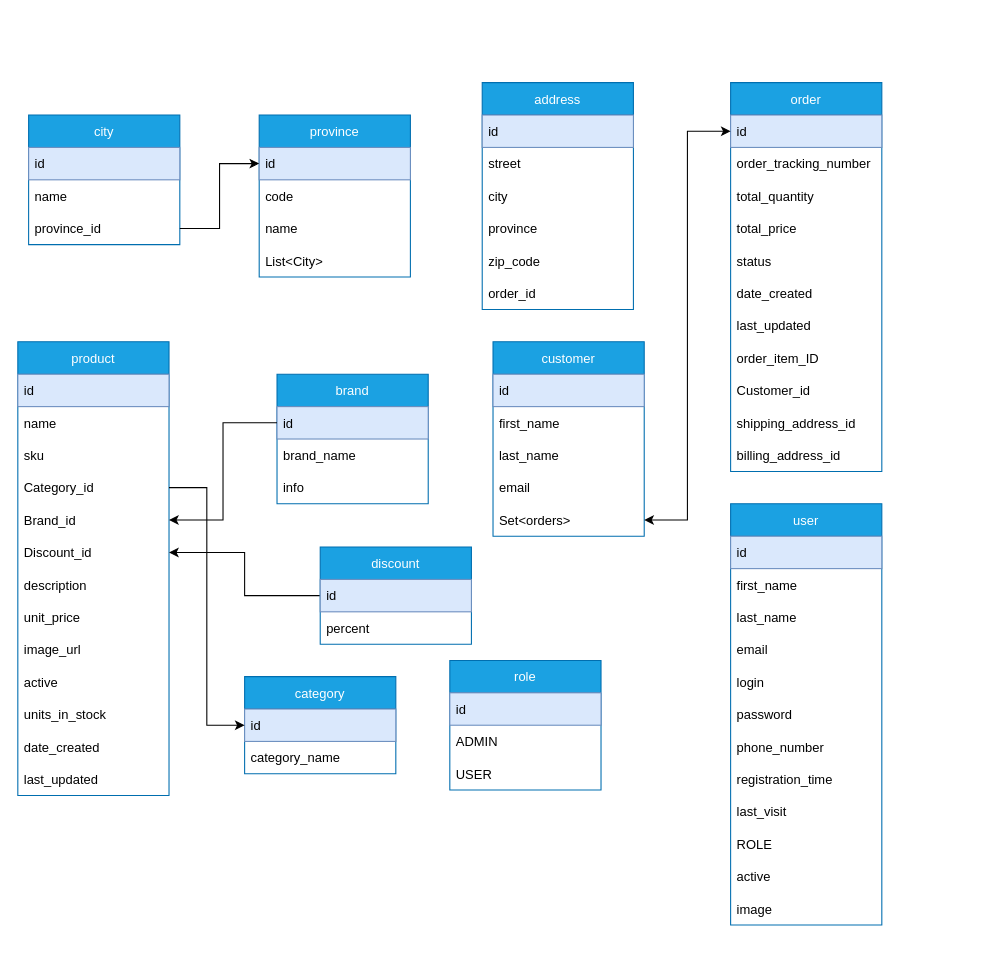
Before: Диаграмма без названия.drawio in oybekjonn2000/shop, a draw.io diagram. Source tidied: cells renumbered, new cells numbered last; positions are measured from the earlier drawing's top-left corner, leaving out a move shared by most shapes. Both pictures are drawn from the tidied source at 108%, with x=0, y=0 at pixel (17, 82).
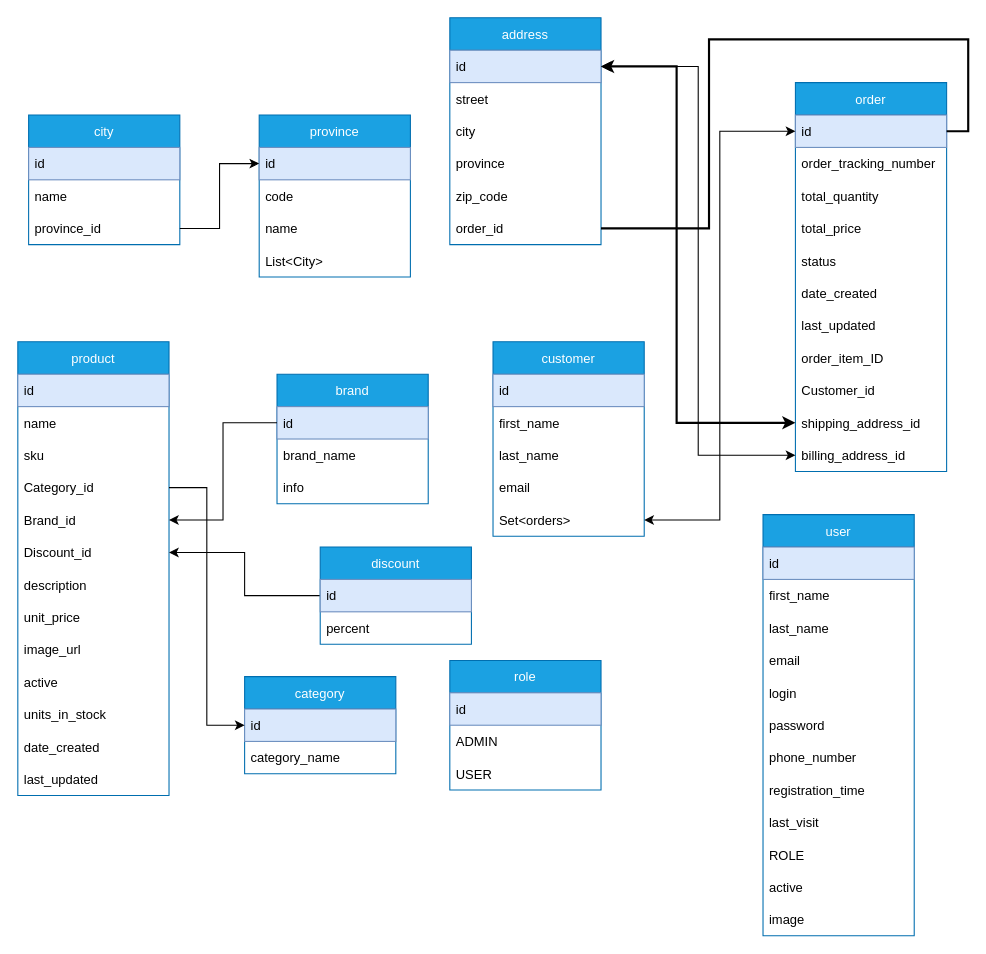
The same page after the edit.

Commit message:
shop_backend database design.drawio

The change refers to these unchanged cells:
```xml
<mxCell id="34" value="id" style="text;strokeColor=#6c8ebf;fillColor=#dae8fc;align=left;verticalAlign=middle;spacingLeft=4;spacingRight=4;overflow=hidden;points=[[0,0.5],[1,0.5]];portConstraint=eastwest;" parent="33" vertex="1">
  <mxGeometry y="30" width="140" height="30" as="geometry" />
</mxCell>
<mxCell id="43" value="shipping_address_id" style="text;strokeColor=none;fillColor=none;align=left;verticalAlign=middle;spacingLeft=4;spacingRight=4;overflow=hidden;points=[[0,0.5],[1,0.5]];portConstraint=eastwest;" parent="33" vertex="1">
  <mxGeometry y="300" width="140" height="30" as="geometry" />
</mxCell>
<mxCell id="44" value="billing_address_id" style="text;strokeColor=none;fillColor=none;align=left;verticalAlign=middle;spacingLeft=4;spacingRight=4;overflow=hidden;points=[[0,0.5],[1,0.5]];portConstraint=eastwest;" parent="33" vertex="1">
  <mxGeometry y="330" width="140" height="30" as="geometry" />
</mxCell>
<mxCell id="46" value="id" style="text;strokeColor=#6c8ebf;fillColor=#dae8fc;align=left;verticalAlign=middle;spacingLeft=4;spacingRight=4;overflow=hidden;points=[[0,0.5],[1,0.5]];portConstraint=eastwest;" parent="45" vertex="1">
  <mxGeometry y="30" width="140" height="30" as="geometry" />
</mxCell>
<mxCell id="51" value="order_id" style="text;strokeColor=none;fillColor=none;align=left;verticalAlign=middle;spacingLeft=4;spacingRight=4;overflow=hidden;points=[[0,0.5],[1,0.5]];portConstraint=eastwest;" parent="45" vertex="1">
  <mxGeometry y="180" width="140" height="30" as="geometry" />
</mxCell>
```

What changed in the source:
```diff
@@
     <mxCell id="33" value="order" style="swimlane;fontStyle=0;horizontal=1;startSize=30;fillColor=#1ba1e2;strokeColor=#006EAF;fontColor=#ffffff;" parent="1" vertex="1">
-      <mxGeometry x="660" width="140" height="360" as="geometry" />
+      <mxGeometry x="720" width="140" height="360" as="geometry" />
     </mxCell>
@@
     <mxCell id="45" value="address" style="swimlane;fontStyle=0;horizontal=1;startSize=30;fillColor=#1ba1e2;strokeColor=#006EAF;fontColor=#ffffff;" parent="1" vertex="1">
-      <mxGeometry x="430" width="140" height="210" as="geometry" />
+      <mxGeometry x="400" y="-60" width="140" height="210" as="geometry" />
     </mxCell>
@@
     <mxCell id="65" value="user" style="swimlane;fontStyle=0;horizontal=1;startSize=30;fillColor=#1ba1e2;strokeColor=#006EAF;fontColor=#ffffff;" parent="1" vertex="1">
-      <mxGeometry x="660" y="390" width="140" height="390" as="geometry" />
+      <mxGeometry x="690" y="400" width="140" height="390" as="geometry" />
     </mxCell>
@@
+    <mxCell id="82" style="rounded=0;jettySize=auto;html=1;exitX=0;exitY=0.5;exitDx=0;exitDy=0;entryX=1;entryY=0.5;entryDx=0;entryDy=0;strokeWidth=1;startArrow=classic;startFill=1;endArrow=classic;endFill=1;edgeStyle=orthogonalEdgeStyle;" parent="1" edge="1" source="44" target="46">
+      <mxGeometry relative="1" as="geometry" />
+    </mxCell>
+    <mxCell id="83" style="edgeStyle=orthogonalEdgeStyle;rounded=0;jettySize=auto;html=1;exitX=0;exitY=0.5;exitDx=0;exitDy=0;entryX=1;entryY=0.5;entryDx=0;entryDy=0;strokeWidth=2;startArrow=classic;startFill=1;endArrow=classic;endFill=1;" parent="1" edge="1" source="43" target="46">
+      <mxGeometry relative="1" as="geometry">
+        <Array as="points">
+          <mxPoint x="610" y="315" />
+          <mxPoint x="610" y="-15" />
+        </Array>
+      </mxGeometry>
+    </mxCell>
+    <mxCell id="84" style="edgeStyle=orthogonalEdgeStyle;rounded=0;jettySize=auto;html=1;exitX=1;exitY=0.5;exitDx=0;exitDy=0;entryX=1;entryY=0.5;entryDx=0;entryDy=0;strokeWidth=2;startArrow=none;startFill=0;endArrow=none;endFill=0;" parent="1" edge="1" source="51" target="34">
+      <mxGeometry relative="1" as="geometry">
+        <Array as="points">
+          <mxPoint x="640" y="135" />
+          <mxPoint x="640" y="-40" />
+          <mxPoint x="880" y="-40" />
+          <mxPoint x="880" y="45" />
+        </Array>
+      </mxGeometry>
+    </mxCell>
```
